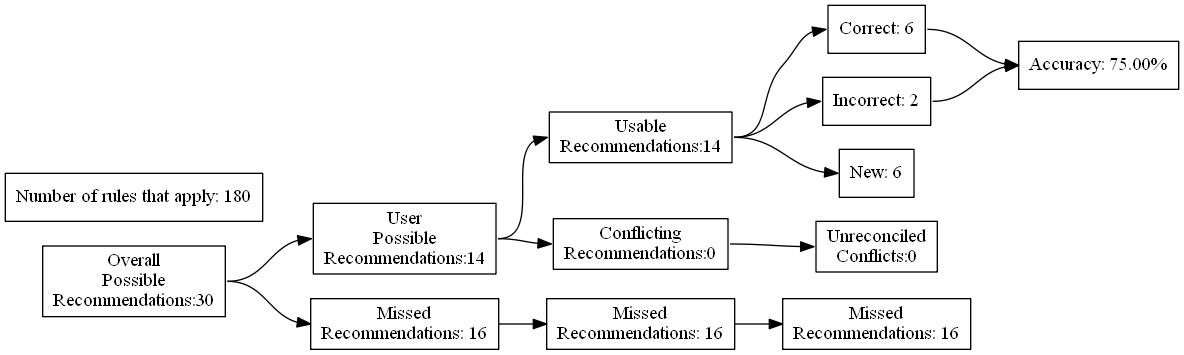
Above: test_renders/25.gv.png in ZaxR/ibd_diet_analysis (Graphviz), before the change. Its source is kept beside it as test_renders/25.gv.
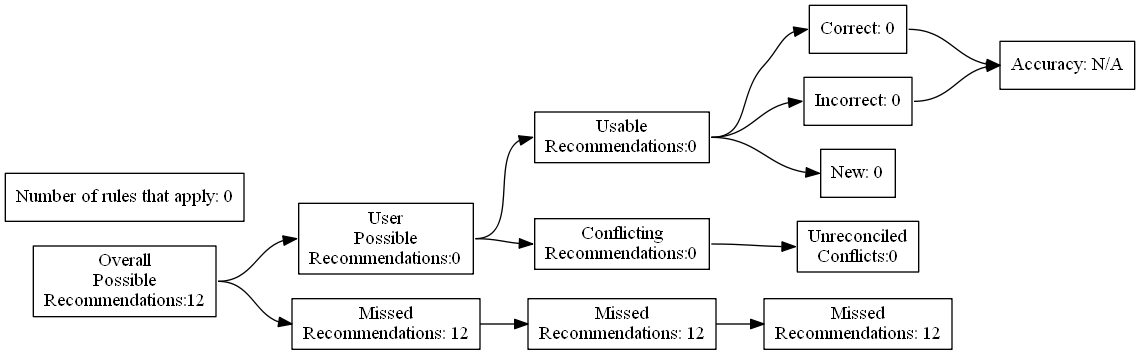
Later version of the same file.

The edit, as a diff of the source:
```diff
@@ -4,27 +4,27 @@
 	edge [headport=w tailport=e]
 		A [label="Overall
 Possible
-Recommendations:30"]
+Recommendations:12"]
 		B [label="User
 Possible
-Recommendations:14"]
+Recommendations:0"]
 		C [label="Missed
-Recommendations: 16"]
+Recommendations: 12"]
 		D [label="Usable
-Recommendations:14"]
+Recommendations:0"]
 		E [label="Conflicting
 Recommendations:0"]
 		J [label="Missed
-Recommendations: 16"]
+Recommendations: 12"]
 		M [label="Unreconciled
 Conflicts:0"]
-		F [label="Correct: 6"]
-		G [label="Incorrect: 2"]
-		H [label="New: 6"]
+		F [label="Correct: 0"]
+		G [label="Incorrect: 0"]
+		H [label="New: 0"]
 		K [label="Missed
-Recommendations: 16"]
-		I [label="Accuracy: 75.00%"]
-		l [label="Number of rules that apply: 180"]
+Recommendations: 12"]
+		I [label="Accuracy: N/A"]
+		l [label="Number of rules that apply: 0"]
 			A -> B
 			A -> C
 			B -> D
```
